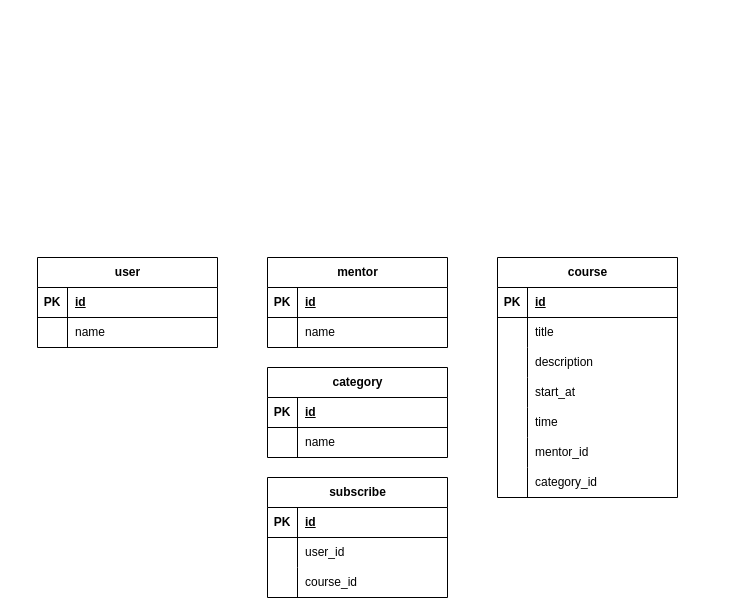
andrew-atef/andrew-atef keeps this draw.io diagram as mentor.drawio. Above is the earlier version. Source tidied: cells renumbered, new cells numbered last; positions are measured from the earlier drawing's top-left corner, leaving out a move shared by most shapes. Both pictures are drawn from the tidied source at 100%, with x=0, y=0 at pixel (37, 257).
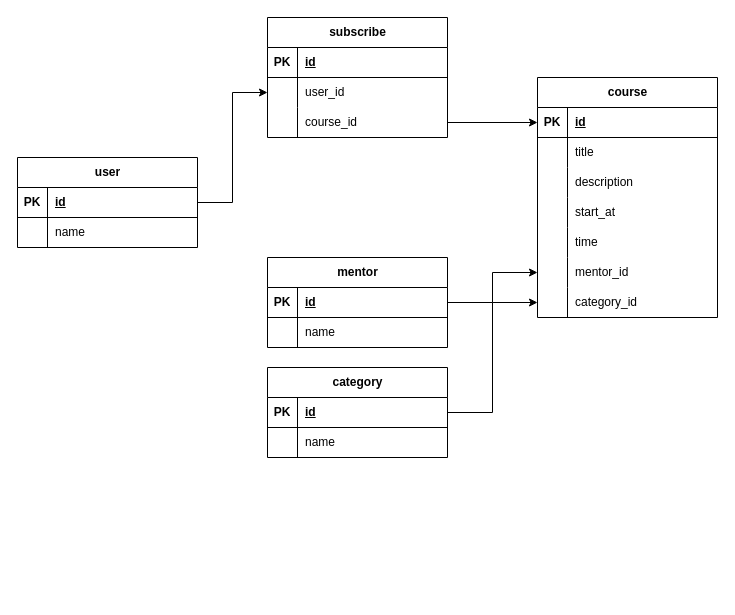
Above is the later version.

The change refers to these unchanged cells:
```xml
<mxCell id="3" style="shape=tableRow;horizontal=0;startSize=0;swimlaneHead=0;swimlaneBody=0;fillColor=none;points=[[0,0.5],[1,0.5]];portConstraint=eastwest;top=0;left=0;right=0;bottom=1;" parent="2" vertex="1">
  <mxGeometry y="30" width="180" height="30" as="geometry" />
</mxCell>
<mxCell id="10" style="shape=tableRow;horizontal=0;startSize=0;swimlaneHead=0;swimlaneBody=0;fillColor=none;points=[[0,0.5],[1,0.5]];portConstraint=eastwest;top=0;left=0;right=0;bottom=1;" parent="9" vertex="1">
  <mxGeometry y="30" width="180" height="30" as="geometry" />
</mxCell>
<mxCell id="17" style="shape=tableRow;horizontal=0;startSize=0;swimlaneHead=0;swimlaneBody=0;fillColor=none;points=[[0,0.5],[1,0.5]];portConstraint=eastwest;top=0;left=0;right=0;bottom=1;" parent="16" vertex="1">
  <mxGeometry y="30" width="180" height="30" as="geometry" />
</mxCell>
<mxCell id="32" style="shape=tableRow;horizontal=0;startSize=0;swimlaneHead=0;swimlaneBody=0;fillColor=none;points=[[0,0.5],[1,0.5]];portConstraint=eastwest;top=0;left=0;right=0;bottom=0;" parent="16" vertex="1">
  <mxGeometry y="180" width="180" height="30" as="geometry" />
</mxCell>
<mxCell id="35" style="shape=tableRow;horizontal=0;startSize=0;swimlaneHead=0;swimlaneBody=0;fillColor=none;points=[[0,0.5],[1,0.5]];portConstraint=eastwest;top=0;left=0;right=0;bottom=0;" parent="16" vertex="1">
  <mxGeometry y="210" width="180" height="30" as="geometry" />
</mxCell>
<mxCell id="39" style="shape=tableRow;horizontal=0;startSize=0;swimlaneHead=0;swimlaneBody=0;fillColor=none;points=[[0,0.5],[1,0.5]];portConstraint=eastwest;top=0;left=0;right=0;bottom=1;" parent="38" vertex="1">
  <mxGeometry y="30" width="180" height="30" as="geometry" />
</mxCell>
<mxCell id="49" style="shape=tableRow;horizontal=0;startSize=0;swimlaneHead=0;swimlaneBody=0;fillColor=none;points=[[0,0.5],[1,0.5]];portConstraint=eastwest;top=0;left=0;right=0;bottom=0;" parent="45" vertex="1">
  <mxGeometry y="60" width="180" height="30" as="geometry" />
</mxCell>
<mxCell id="52" style="shape=tableRow;horizontal=0;startSize=0;swimlaneHead=0;swimlaneBody=0;fillColor=none;points=[[0,0.5],[1,0.5]];portConstraint=eastwest;top=0;left=0;right=0;bottom=0;" parent="45" vertex="1">
  <mxGeometry y="90" width="180" height="30" as="geometry" />
</mxCell>
```

Change to the diagram source:
```diff
@@
     <mxCell id="2" value="user" style="shape=table;startSize=30;childLayout=tableLayout;rowLines=0;fontStyle=1;align=center;html=1;" parent="1" vertex="1">
-      <mxGeometry width="180" height="90" as="geometry" />
+      <mxGeometry x="-20" y="-100" width="180" height="90" as="geometry" />
     </mxCell>
@@
     <mxCell id="16" value="course" style="shape=table;startSize=30;childLayout=tableLayout;rowLines=0;fontStyle=1;align=center;html=1;" parent="1" vertex="1">
-      <mxGeometry x="460" width="180" height="240" as="geometry" />
+      <mxGeometry x="500" y="-180" width="180" height="240" as="geometry" />
     </mxCell>
@@
     <mxCell id="45" value="subscribe" style="shape=table;startSize=30;childLayout=tableLayout;rowLines=0;fontStyle=1;align=center;html=1;" parent="1" vertex="1">
-      <mxGeometry x="230" y="220" width="180" height="120" as="geometry" />
+      <mxGeometry x="230" y="-240" width="180" height="120" as="geometry" />
     </mxCell>
@@
+    <mxCell id="55" style="edgeStyle=orthogonalEdgeStyle;rounded=0;jettySize=auto;html=1;exitX=1;exitY=0.5;exitDx=0;exitDy=0;entryX=0;entryY=0.5;entryDx=0;entryDy=0;" parent="1" edge="1" source="10" target="32">
+      <mxGeometry relative="1" as="geometry" />
+    </mxCell>
+    <mxCell id="56" style="edgeStyle=orthogonalEdgeStyle;rounded=0;jettySize=auto;html=1;exitX=1;exitY=0.5;exitDx=0;exitDy=0;entryX=0;entryY=0.5;entryDx=0;entryDy=0;" parent="1" edge="1" source="39" target="35">
+      <mxGeometry relative="1" as="geometry" />
+    </mxCell>
+    <mxCell id="57" style="edgeStyle=orthogonalEdgeStyle;rounded=0;jettySize=auto;html=1;exitX=1;exitY=0.5;exitDx=0;exitDy=0;" parent="1" edge="1" source="3" target="49">
+      <mxGeometry relative="1" as="geometry" />
+    </mxCell>
+    <mxCell id="58" style="edgeStyle=orthogonalEdgeStyle;rounded=0;jettySize=auto;html=1;entryX=0;entryY=0.5;entryDx=0;entryDy=0;" parent="1" edge="1" source="52" target="17">
+      <mxGeometry relative="1" as="geometry" />
+    </mxCell>
```
